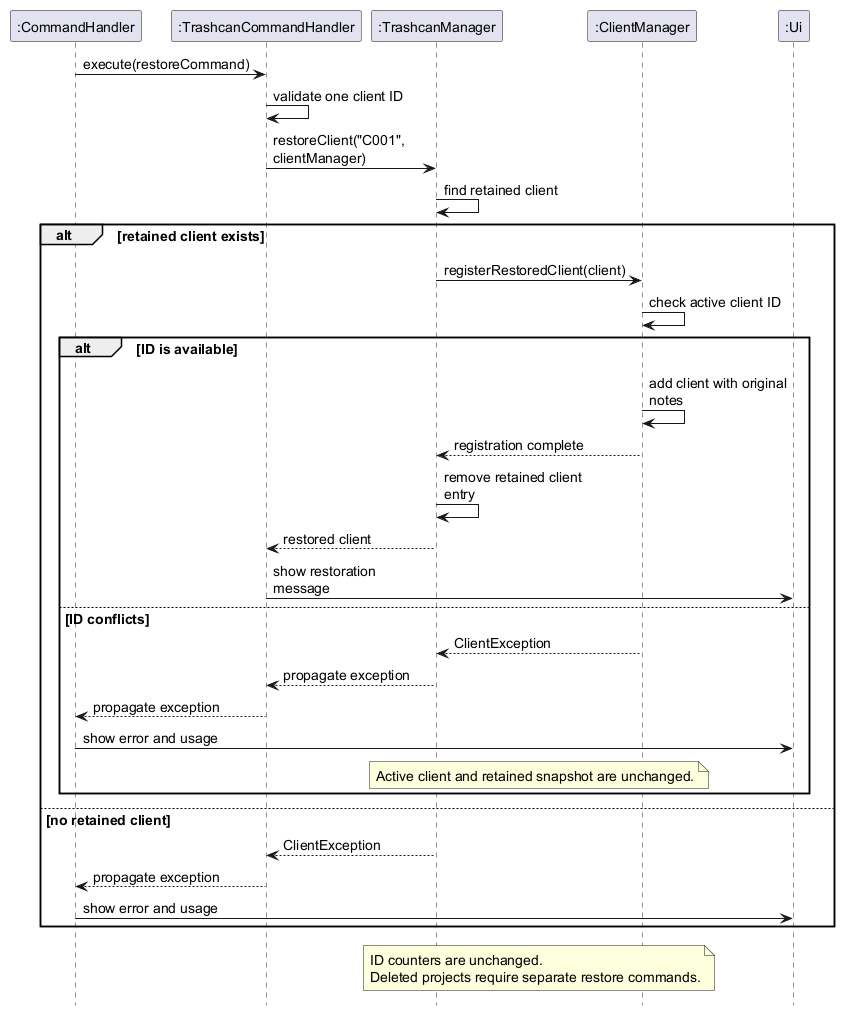
AY2627S1-CS2113-T10-3/tp keeps this PlantUML diagram as docs/images/ClientRestoreSequenceDiagram.png. Above is the earlier version. Source of this version:
```plantuml
@startuml
hide footbox
skinparam defaultFontSize 14
skinparam maxMessageSize 145

participant ":CommandHandler" as CH
participant ":TrashcanCommandHandler" as TCH
participant ":TrashcanManager" as TM
participant ":ClientManager" as CM
participant ":Ui" as UI

CH -> TCH : execute(restoreCommand)
TCH -> TCH : validate one client ID
TCH -> TM : restoreClient("C001", clientManager)
TM -> TM : find retained client

alt retained client exists
  TM -> CM : registerRestoredClient(client)
  CM -> CM : check active client ID
  alt ID is available
    CM -> CM : add client with original notes
    CM --> TM : registration complete
    TM -> TM : remove retained client entry
    TM --> TCH : restored client
    TCH -> UI : show restoration message
  else ID conflicts
    CM --> TM : ClientException
    TM --> TCH : propagate exception
    TCH --> CH : propagate exception
    CH -> UI : show error and usage
    note over TM, CM
      Active client and retained snapshot are unchanged.
    end note
  end
else no retained client
  TM --> TCH : ClientException
  TCH --> CH : propagate exception
  CH -> UI : show error and usage
end

note over TM, CM
  ID counters are unchanged.
  Deleted projects require separate restore commands.
end note
@enduml
```
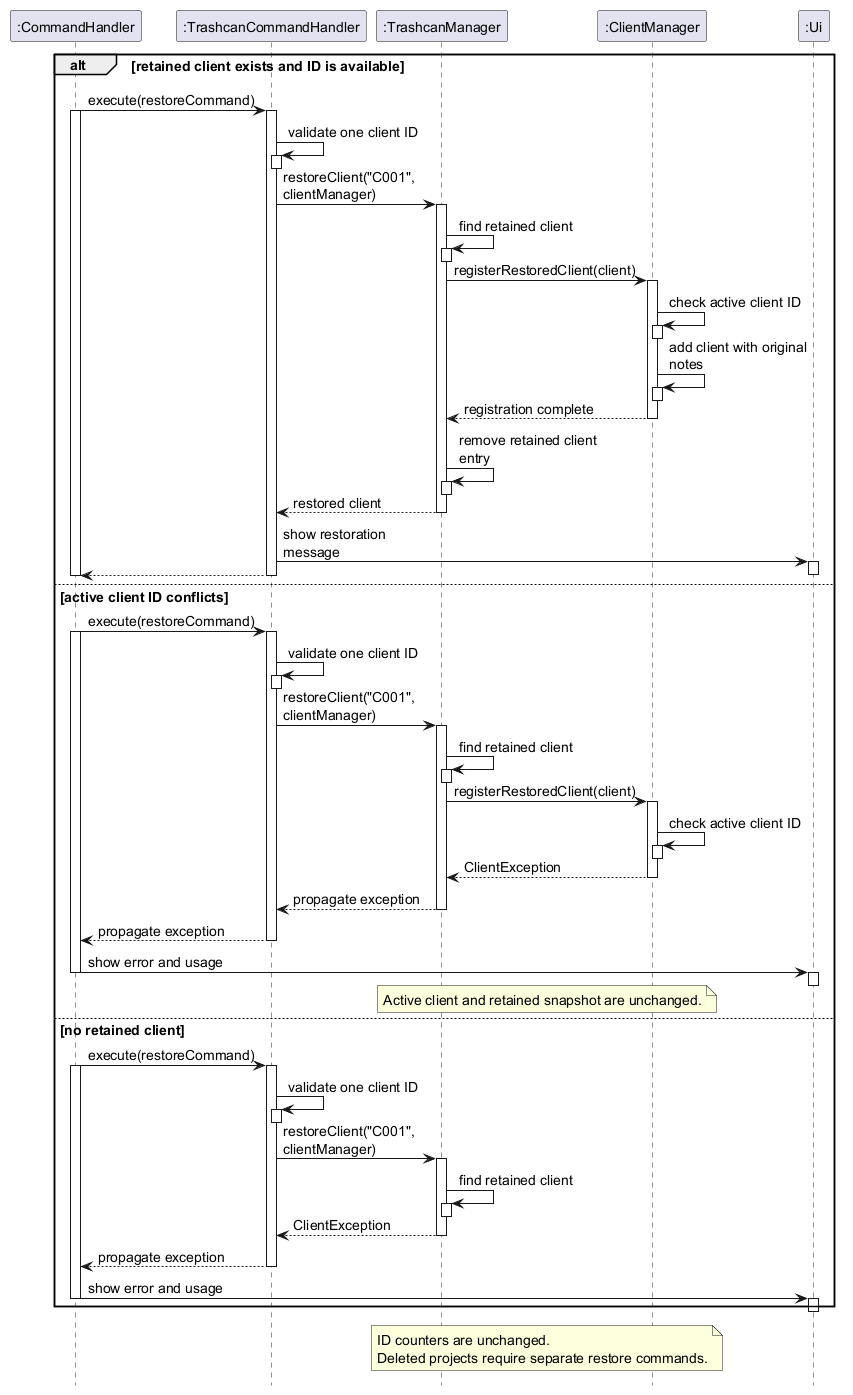
Above is the later version.

Commit message:
Combine project deletion with other deletions in DG and add activation boxes to sequence diagrams

Change to the diagram source:
```diff
@@ -9,33 +9,91 @@
 participant ":ClientManager" as CM
 participant ":Ui" as UI
 
-CH -> TCH : execute(restoreCommand)
-TCH -> TCH : validate one client ID
-TCH -> TM : restoreClient("C001", clientManager)
-TM -> TM : find retained client
+alt retained client exists and ID is available
+  CH -> TCH : execute(restoreCommand)
+  activate CH
+  activate TCH
+  TCH -> TCH : validate one client ID
+  activate TCH
+  deactivate TCH
+  TCH -> TM : restoreClient("C001", clientManager)
+  activate TM
+  TM -> TM : find retained client
+  activate TM
+  deactivate TM
+  TM -> CM : registerRestoredClient(client)
+  activate CM
+  CM -> CM : check active client ID
+  activate CM
+  deactivate CM
+  CM -> CM : add client with original notes
+  activate CM
+  deactivate CM
+  CM --> TM : registration complete
+  deactivate CM
+  TM -> TM : remove retained client entry
+  activate TM
+  deactivate TM
+  TM --> TCH : restored client
+  deactivate TM
+  TCH -> UI : show restoration message
+  activate UI
+  deactivate UI
+  TCH --> CH
+  deactivate TCH
+  deactivate CH
 
-alt retained client exists
+else active client ID conflicts
+  CH -> TCH : execute(restoreCommand)
+  activate CH
+  activate TCH
+  TCH -> TCH : validate one client ID
+  activate TCH
+  deactivate TCH
+  TCH -> TM : restoreClient("C001", clientManager)
+  activate TM
+  TM -> TM : find retained client
+  activate TM
+  deactivate TM
   TM -> CM : registerRestoredClient(client)
+  activate CM
   CM -> CM : check active client ID
-  alt ID is available
-    CM -> CM : add client with original notes
-    CM --> TM : registration complete
-    TM -> TM : remove retained client entry
-    TM --> TCH : restored client
-    TCH -> UI : show restoration message
-  else ID conflicts
-    CM --> TM : ClientException
-    TM --> TCH : propagate exception
-    TCH --> CH : propagate exception
-    CH -> UI : show error and usage
-    note over TM, CM
-      Active client and retained snapshot are unchanged.
-    end note
-  end
+  activate CM
+  deactivate CM
+  CM --> TM : ClientException
+  deactivate CM
+  TM --> TCH : propagate exception
+  deactivate TM
+  TCH --> CH : propagate exception
+  deactivate TCH
+  CH -> UI : show error and usage
+  activate UI
+  deactivate UI
+  note over TM, CM
+    Active client and retained snapshot are unchanged.
+  end note
+  deactivate CH
+
 else no retained client
+  CH -> TCH : execute(restoreCommand)
+  activate CH
+  activate TCH
+  TCH -> TCH : validate one client ID
+  activate TCH
+  deactivate TCH
+  TCH -> TM : restoreClient("C001", clientManager)
+  activate TM
+  TM -> TM : find retained client
+  activate TM
+  deactivate TM
   TM --> TCH : ClientException
+  deactivate TM
   TCH --> CH : propagate exception
+  deactivate TCH
   CH -> UI : show error and usage
+  activate UI
+  deactivate UI
+  deactivate CH
 end
 
 note over TM, CM
```
